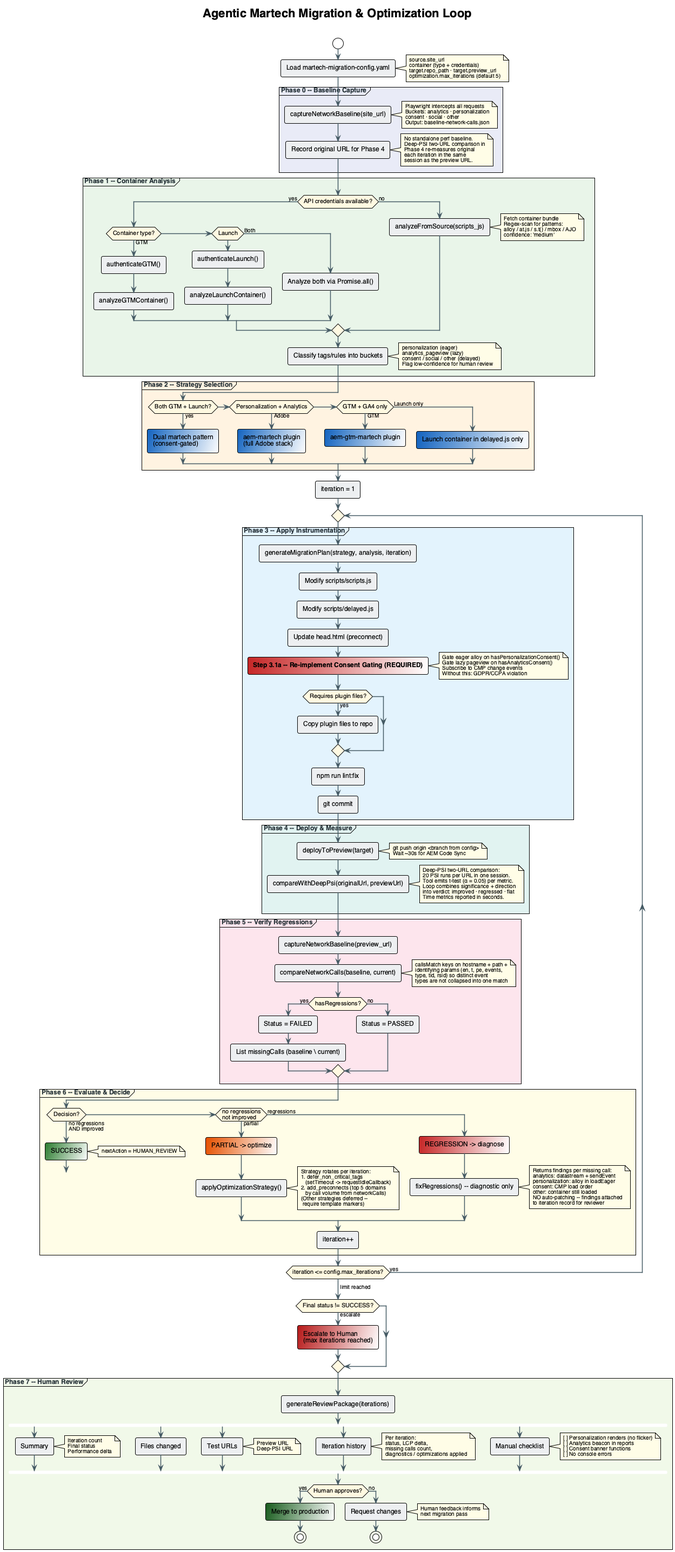
This is plugins/aem/edge-delivery-services/skills/backend-integration/workflows/agentic-optimization-loop.png from asthabh23/skills, a PlantUML export, as it was before one commit.
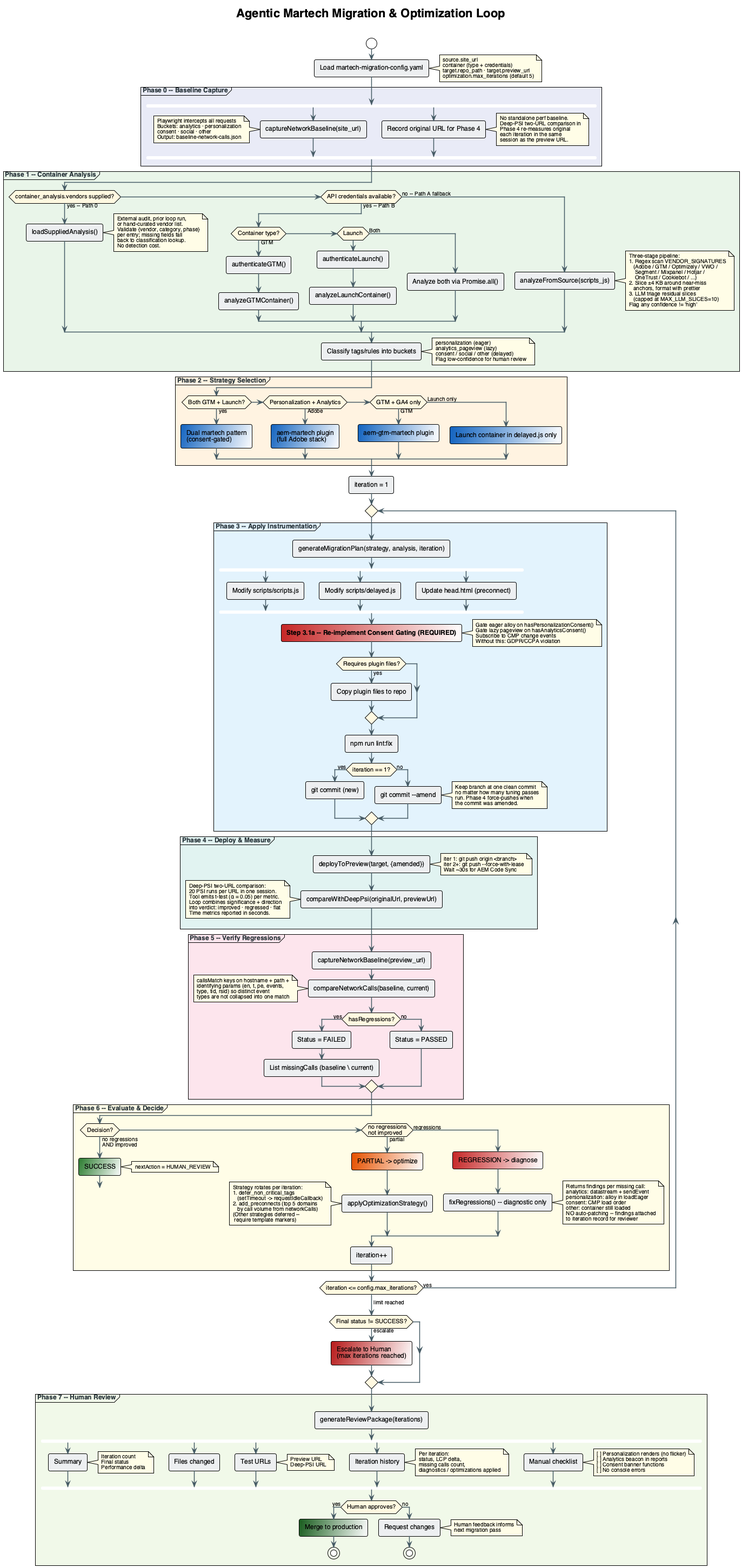
The same file after the commit.

Change to the diagram source:
```diff
@@ -37,6 +37,8 @@
 
 skinparam shadowing false
 skinparam ArrowThickness 1.5
+skinparam ranksep 25
+skinparam nodesep 55
 
 title Agentic Martech Migration & Optimization Loop\n
 
@@ -51,25 +53,38 @@
 end note
 
 partition "Phase 0 -- Baseline Capture" #E8EAF6 {
-  :captureNetworkBaseline(site_url);
-  note right
-    Playwright intercepts all requests
-    Buckets: analytics · personalization
-    consent · social · other
-    Output: baseline-network-calls.json
-  end note
-  :Record original URL for Phase 4;
-  note right
-    No standalone perf baseline.
-    Deep-PSI two-URL comparison in
-    Phase 4 re-measures original
-    each iteration in the same
-    session as the preview URL.
-  end note
+  fork
+    :captureNetworkBaseline(site_url);
+    note left
+      Playwright intercepts all requests
+      Buckets: analytics · personalization
+      consent · social · other
+      Output: baseline-network-calls.json
+    end note
+  fork again
+    :Record original URL for Phase 4;
+    note right
+      No standalone perf baseline.
+      Deep-PSI two-URL comparison in
+      Phase 4 re-measures original
+      each iteration in the same
+      session as the preview URL.
+    end note
+  end fork
 }
 
 partition "Phase 1 -- Container Analysis" #E8F5E9 {
-  if (API credentials available?) then (yes)
+  if (container_analysis.vendors supplied?) then (yes -- Path 0)
+    :loadSuppliedAnalysis();
+    note right
+      External audit, prior loop run,
+      or hand-curated vendor list.
+      Validate {vendor, category, phase}
+      per entry; missing fields fall
+      back to classification lookup.
+      No detection cost.
+    end note
+  elseif (API credentials available?) then (yes -- Path B)
     if (Container type?) then (GTM)
       :authenticateGTM();
       :analyzeGTMContainer();
@@ -79,13 +94,19 @@
     else (Both)
       :Analyze both via Promise.all();
     endif
-  else (no)
+  else (no -- Path A fallback)
     :analyzeFromSource(scripts_js);
     note right
-      Fetch container bundle
-      Regex-scan for patterns:
-      alloy / at.js / s.t() / mbox / AJO
-      confidence: 'medium'
+      Three-stage pipeline:
+      1. Regex scan VENDOR_SIGNATURES
+         (Adobe / GTM / Optimizely / VWO /
+          Segment / Mixpanel / Hotjar /
+          OneTrust / Cookiebot / ...)
+      2. Slice ±4 KB around near-miss
+         anchors, format with prettier
+      3. LLM triage residual slices
+         (capped at MAX_LLM_SLICES=10)
+      Flag any confidence != 'high'
     end note
   endif
 
@@ -116,9 +137,14 @@
 
   partition "Phase 3 -- Apply Instrumentation" #E3F2FD {
     :generateMigrationPlan(strategy, analysis, iteration);
-    :Modify scripts/scripts.js;
-    :Modify scripts/delayed.js;
-    :Update head.html (preconnect);
+
+    fork
+      :Modify scripts/scripts.js;
+    fork again
+      :Modify scripts/delayed.js;
+    fork again
+      :Update head.html (preconnect);
+    end fork
 
     :**Step 3.1a -- Re-implement Consent Gating (REQUIRED)**; <<#C62828/white>>
     note right
@@ -133,18 +159,30 @@
     endif
 
     :npm run lint:fix;
-    :git commit;
+
+    if (iteration == 1?) then (yes)
+      :git commit (new);
+    else (no)
+      :git commit --amend;
+      note right
+        Keep branch at one clean commit
+        no matter how many tuning passes
+        run. Phase 4 force-pushes when
+        the commit was amended.
+      end note
+    endif
   }
 
   partition "Phase 4 -- Deploy & Measure" #E0F2F1 {
-    :deployToPreview(target);
+    :deployToPreview(target, {amended});
     note right
-      git push origin <branch from config>
+      iter 1: git push origin <branch>
+      iter 2+: git push --force-with-lease
       Wait ~30s for AEM Code Sync
     end note
 
     :compareWithDeepPsi(originalUrl, previewUrl);
-    note right
+    note left
       Deep-PSI two-URL comparison:
       20 PSI runs per URL in one session.
       Tool emits t-test (α = 0.05) per metric.
@@ -157,7 +195,7 @@
   partition "Phase 5 -- Verify Regressions" #FCE4EC {
     :captureNetworkBaseline(preview_url);
     :compareNetworkCalls(baseline, current);
-    note right
+    note left
       callsMatch keys on hostname + path +
       identifying params (en, t, pe, events,
       type, tid, rsid) so distinct event
@@ -181,7 +219,7 @@
       :PARTIAL -> optimize; <<#E65100/white>>
 
       :applyOptimizationStrategy();
-      note right
+      note left
         Strategy rotates per iteration:
         1. defer_non_critical_tags
            (setTimeout -> requestIdleCallback)
```
